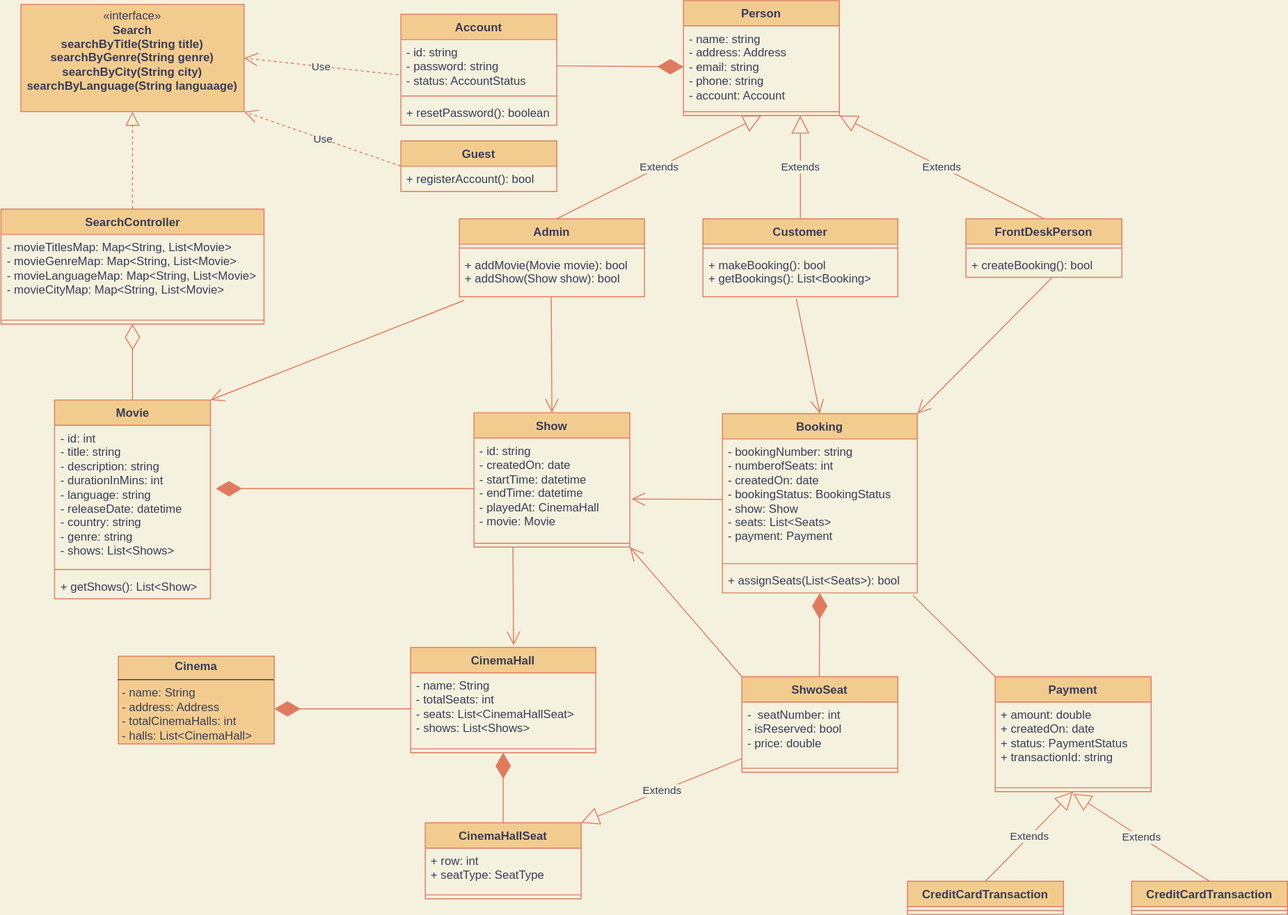
Earlier version of the draw.io export src/main/java/lld/bookmyshow/UMLdiagram.drawio.svg (chetansj27/design-patterns-code). Source tidied: cells renumbered, new cells last; positions are measured from the earlier drawing's top-left corner, leaving out a move shared by most shapes.
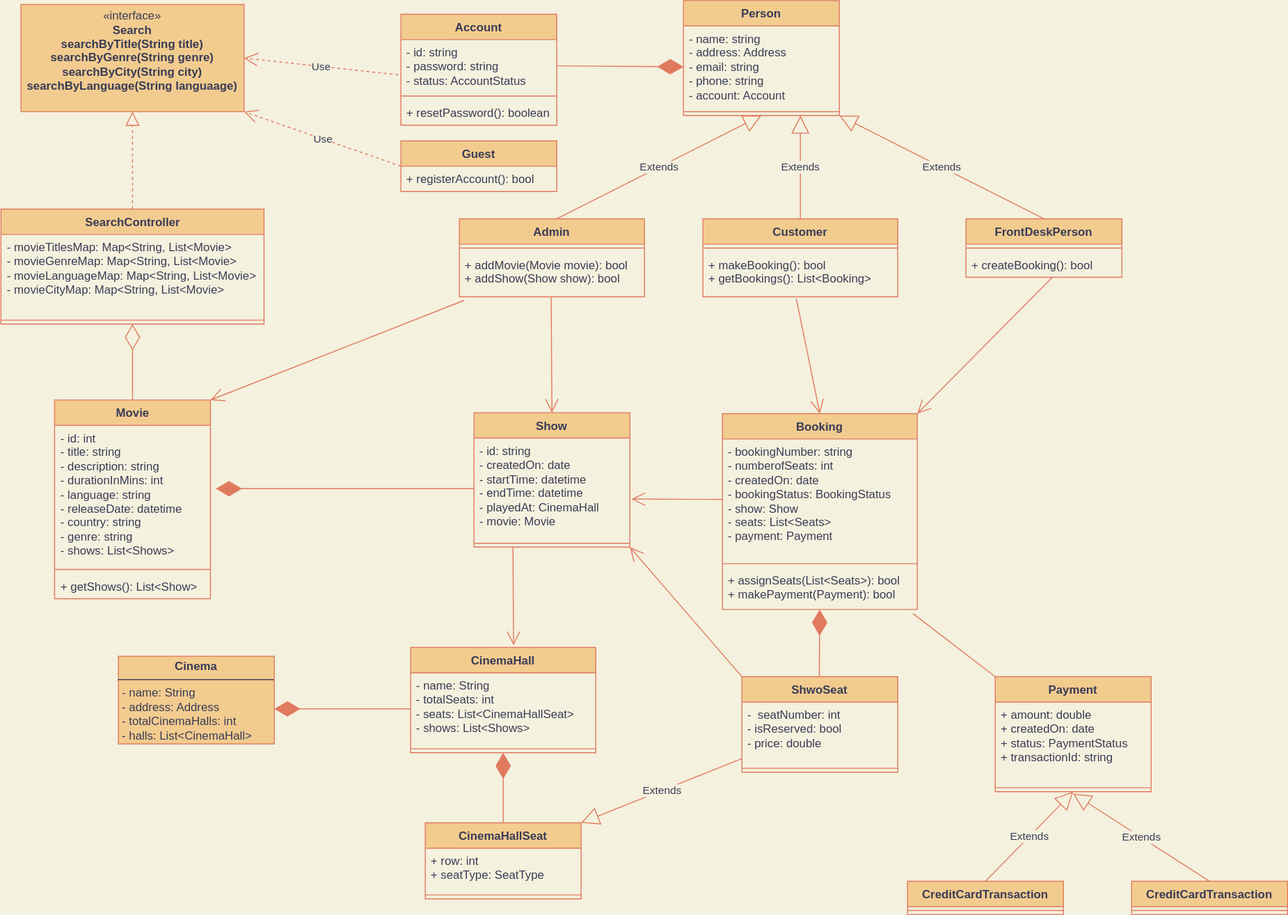
Above is the later version.

Commit message:
BookMyShow system

Diff of the diagram source:
```diff
@@ -127,7 +127,7 @@
       <mxGeometry relative="1" as="geometry" />
     </mxCell>
     <mxCell id="42" value="Booking" style="swimlane;fontStyle=1;align=center;verticalAlign=top;horizontal=1;startSize=26;whiteSpace=wrap;html=1;fillColor=#F2CC8F;strokeColor=#E07A5F;fontColor=#393C56;" parent="1" vertex="1">
-      <mxGeometry x="740" y="424" width="200" height="184" as="geometry" />
+      <mxGeometry x="740" y="424" width="200" height="201" as="geometry" />
     </mxCell>
     <mxCell id="43" value="- bookingNumber: string&lt;div&gt;- numberofSeats: int&lt;/div&gt;&lt;div&gt;- createdOn: date&lt;/div&gt;&lt;div&gt;- bookingStatus: BookingStatus&lt;/div&gt;&lt;div&gt;- show: Show&lt;/div&gt;&lt;div&gt;- seats: List&amp;lt;Seats&amp;gt;&lt;/div&gt;&lt;div&gt;- payment: Payment&lt;/div&gt;" style="text;strokeColor=none;fillColor=none;align=left;verticalAlign=top;spacingLeft=4;spacingRight=4;overflow=hidden;points=[[0,0.5],[1,0.5]];portConstraint=eastwest;whiteSpace=wrap;html=1;fontColor=#393C56;" parent="42" vertex="1">
       <mxGeometry y="26" width="200" height="124" as="geometry" />
@@ -135,8 +135,8 @@
     <mxCell id="44" style="line;strokeWidth=1;fillColor=none;align=left;verticalAlign=middle;spacingTop=-1;spacingLeft=3;spacingRight=3;labelPosition=right;strokeColor=#E07A5F;labelBackgroundColor=#F4F1DE;fontColor=#393C56;" parent="42" vertex="1">
       <mxGeometry y="150" width="200" height="8" as="geometry" />
     </mxCell>
-    <mxCell id="45" value="+ assignSeats(List&amp;lt;Seats&amp;gt;): bool" style="text;strokeColor=none;fillColor=none;align=left;verticalAlign=top;spacingLeft=4;spacingRight=4;overflow=hidden;points=[[0,0.5],[1,0.5]];portConstraint=eastwest;whiteSpace=wrap;html=1;fontColor=#393C56;" parent="42" vertex="1">
-      <mxGeometry y="158" width="200" height="26" as="geometry" />
+    <mxCell id="45" value="+ assignSeats(List&amp;lt;Seats&amp;gt;): bool&lt;br&gt;+ makePayment(Payment): bool" style="text;strokeColor=none;fillColor=none;align=left;verticalAlign=top;spacingLeft=4;spacingRight=4;overflow=hidden;points=[[0,0.5],[1,0.5]];portConstraint=eastwest;whiteSpace=wrap;html=1;fontColor=#393C56;" parent="42" vertex="1">
+      <mxGeometry y="158" width="200" height="43" as="geometry" />
     </mxCell>
     <mxCell id="46" style="endArrow=open;endFill=1;endSize=12;html=1;rounded=0;exitX=0.479;exitY=1.04;exitDx=0;exitDy=0;exitPerimeter=0;entryX=0.5;entryY=0;entryDx=0;entryDy=0;labelBackgroundColor=#F4F1DE;strokeColor=#E07A5F;fontColor=#393C56;" parent="1" edge="1" source="14" target="42">
       <mxGeometry relative="1" as="geometry" />
```
